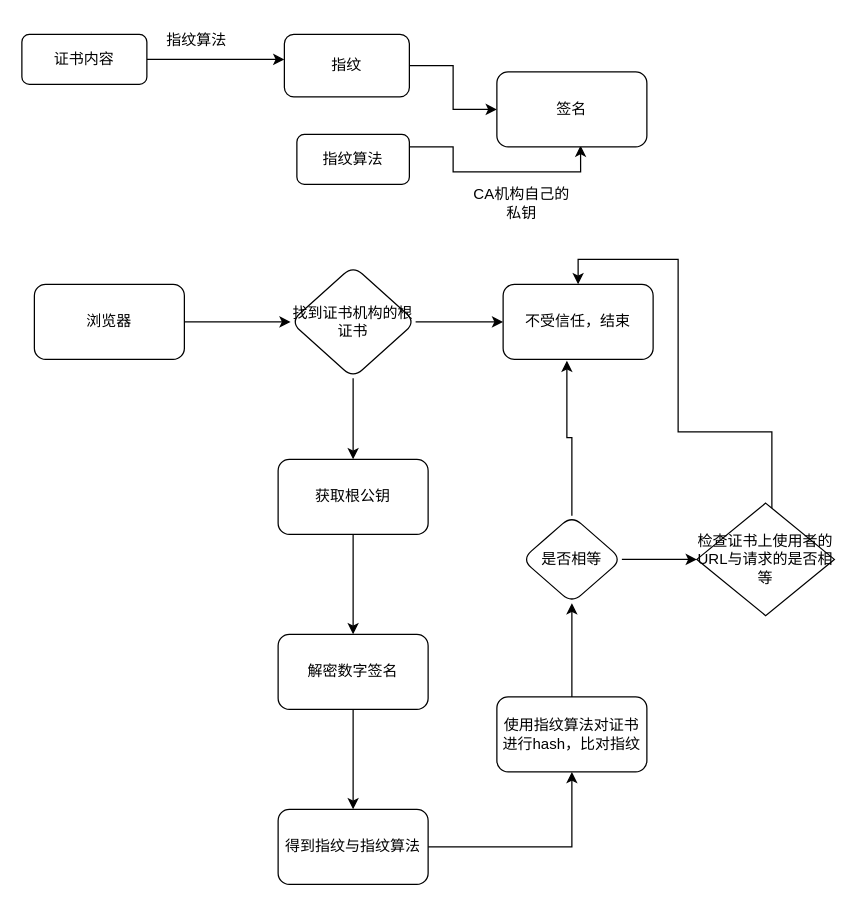
Before: digital certificate.drawio in liuxiao-guan/Pictures, a draw.io diagram. Source tidied: cells renumbered, new cells numbered last; positions are measured from the earlier drawing's top-left corner, leaving out a move shared by most shapes. Both pictures are drawn from the tidied source at 125%, with x=0, y=0 at pixel (21, 21).
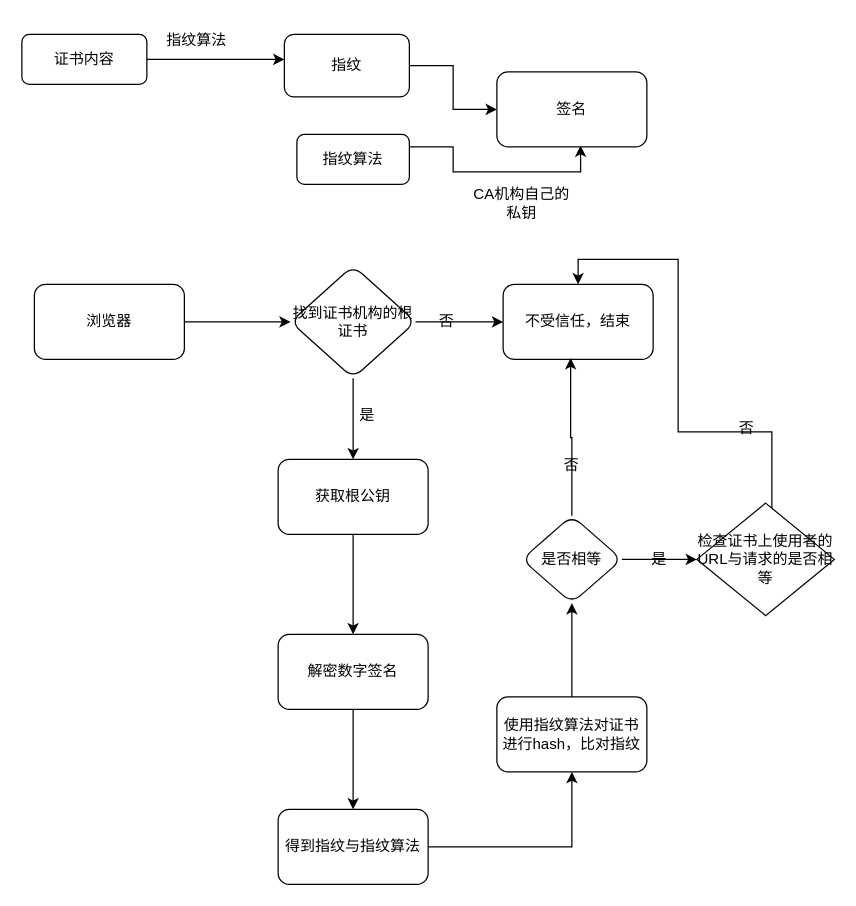
The same diagram, later.

The change refers to these unchanged cells:
```xml
<mxCell id="15" value="找到证书机构的根证书" style="rhombus;whiteSpace=wrap;html=1;rounded=1;" parent="1" vertex="1">
  <mxGeometry x="215" y="195" width="100" height="90" as="geometry" />
</mxCell>
<mxCell id="16" value="不受信任，结束" style="whiteSpace=wrap;html=1;rounded=1;" parent="1" vertex="1">
  <mxGeometry x="385" y="210" width="120" height="60" as="geometry" />
</mxCell>
<mxCell id="27" value="是否相等" style="rhombus;whiteSpace=wrap;html=1;rounded=1;" parent="1" vertex="1">
  <mxGeometry x="400" y="395" width="80" height="70" as="geometry" />
</mxCell>
```

The edit, as a diff of the source:
```diff
@@
     <mxCell id="13" style="edgeStyle=orthogonalEdgeStyle;rounded=0;jettySize=auto;html=1;" parent="1" edge="1" source="15" target="16">
-      <mxGeometry relative="1" as="geometry" />
+      <mxGeometry relative="1" as="geometry">
+        <Array as="points">
+          <mxPoint x="340" y="240" />
+          <mxPoint x="340" y="240" />
+        </Array>
+      </mxGeometry>
     </mxCell>
@@
+    <mxCell id="26" style="edgeStyle=orthogonalEdgeStyle;rounded=0;jettySize=auto;html=1;" parent="1" edge="1" source="27">
+      <mxGeometry relative="1" as="geometry">
+        <mxPoint x="540" y="430" as="targetPoint" />
+      </mxGeometry>
+    </mxCell>
-    <mxCell id="25" style="edgeStyle=orthogonalEdgeStyle;rounded=0;jettySize=auto;html=1;exitX=0.5;exitY=0;exitDx=0;exitDy=0;entryX=0.425;entryY=1.017;entryDx=0;entryDy=0;entryPerimeter=0;" parent="1" edge="1" source="27" target="16">
+    <mxCell id="25" style="edgeStyle=orthogonalEdgeStyle;rounded=0;jettySize=auto;html=1;entryX=0.45;entryY=0.983;entryDx=0;entryDy=0;entryPerimeter=0;" parent="1" edge="1" source="27" target="16">
       <mxGeometry relative="1" as="geometry" />
     </mxCell>
-    <mxCell id="26" style="edgeStyle=orthogonalEdgeStyle;rounded=0;jettySize=auto;html=1;" parent="1" edge="1" source="27">
-      <mxGeometry relative="1" as="geometry">
-        <mxPoint x="540" y="430" as="targetPoint" />
-      </mxGeometry>
-    </mxCell>
@@
+    <mxCell id="30" value="是" style="text;html=1;strokeColor=none;fillColor=none;align=center;verticalAlign=middle;whiteSpace=wrap;rounded=0;" parent="1" vertex="1">
+      <mxGeometry x="254" y="300" width="45" height="30" as="geometry" />
+    </mxCell>
+    <mxCell id="31" value="否" style="text;html=1;strokeColor=none;fillColor=none;align=center;verticalAlign=middle;whiteSpace=wrap;rounded=0;" parent="1" vertex="1">
+      <mxGeometry x="310" y="225" width="60" height="30" as="geometry" />
+    </mxCell>
+    <mxCell id="32" value="否" style="text;html=1;strokeColor=none;fillColor=none;align=center;verticalAlign=middle;whiteSpace=wrap;rounded=0;" parent="1" vertex="1">
+      <mxGeometry x="410" y="340" width="60" height="30" as="geometry" />
+    </mxCell>
+    <mxCell id="33" value="是" style="text;html=1;strokeColor=none;fillColor=none;align=center;verticalAlign=middle;whiteSpace=wrap;rounded=0;" parent="1" vertex="1">
+      <mxGeometry x="480" y="415" width="60" height="30" as="geometry" />
+    </mxCell>
+    <mxCell id="34" value="否" style="text;html=1;strokeColor=none;fillColor=none;align=center;verticalAlign=middle;whiteSpace=wrap;rounded=0;" parent="1" vertex="1">
+      <mxGeometry x="550" y="310" width="60" height="30" as="geometry" />
+    </mxCell>
```
